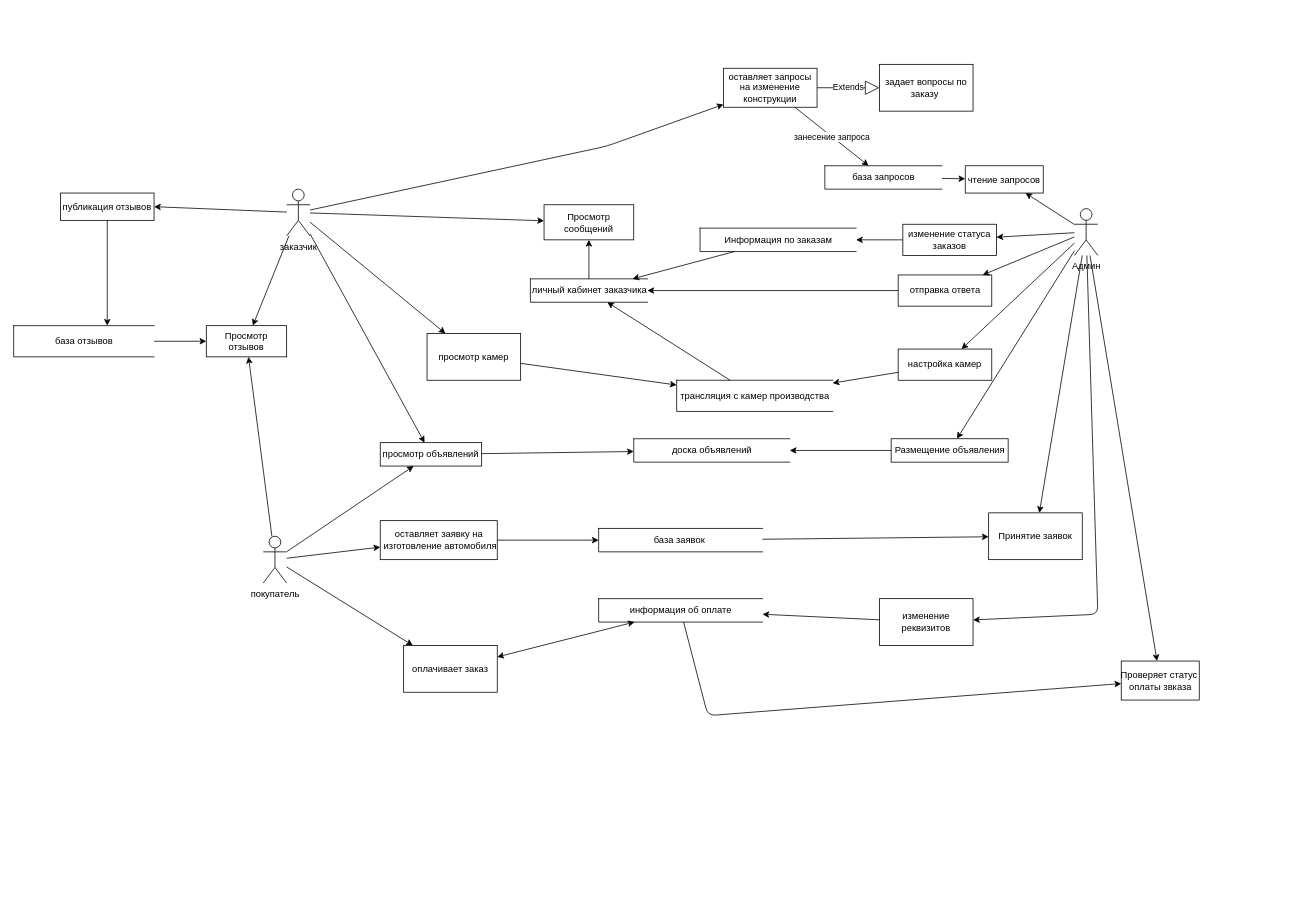
Before: DFD.drawio in PashkoW/Repository1, a draw.io diagram. Source tidied: cells renumbered, new cells numbered last; positions are measured from the earlier drawing's top-left corner, leaving out a move shared by most shapes. Both pictures are drawn from the tidied source at 78%, with x=0, y=0 at pixel (13, 64).
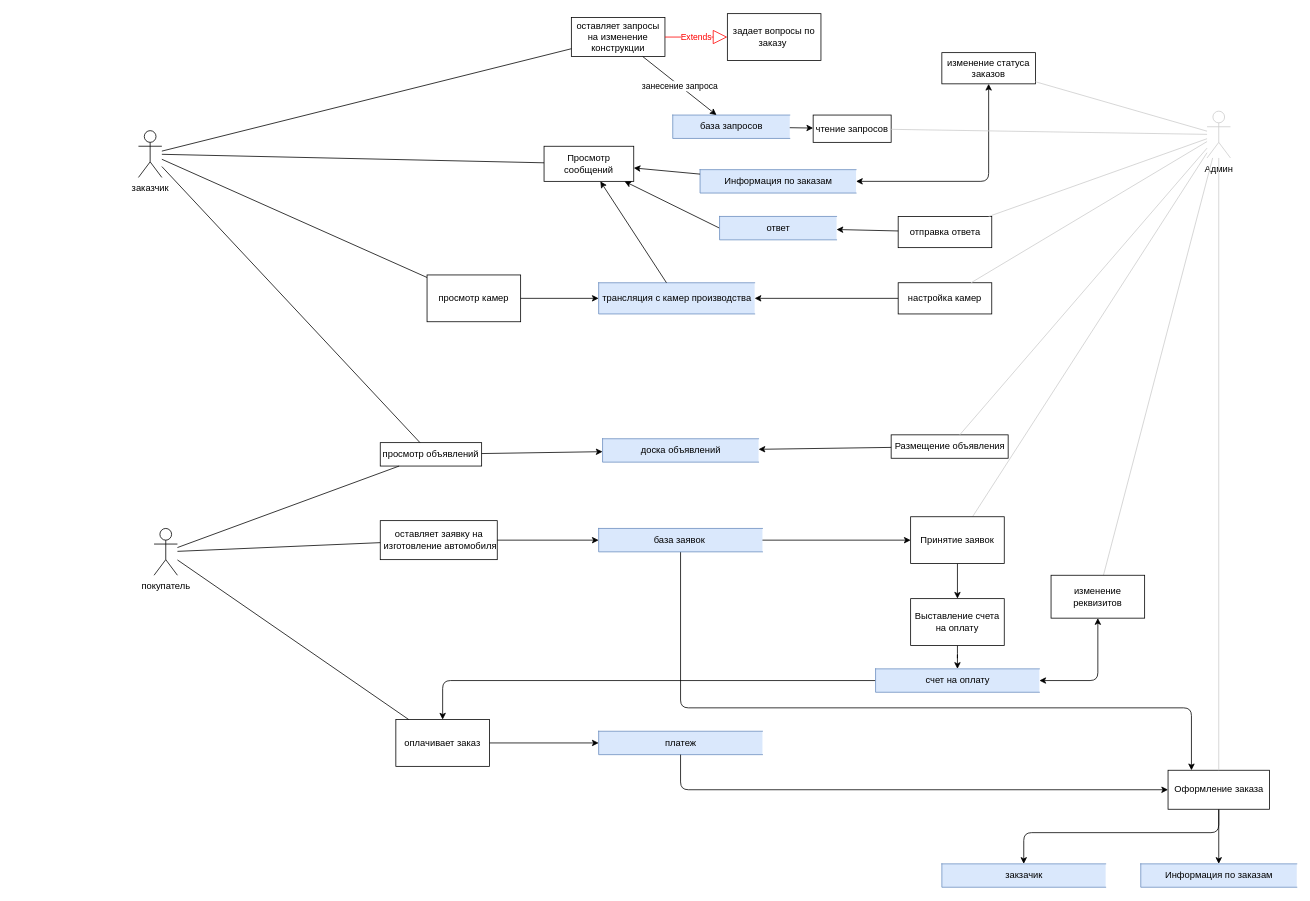
After the change.

Unchanged cells that the change refers to:
```xml
<mxCell id="35" value="просмотр объявлений" style="rounded=0;whiteSpace=wrap;html=1;" parent="1" vertex="1">
  <mxGeometry x="470" y="485" width="130" height="30" as="geometry" />
</mxCell>
<mxCell id="52" value="оставляет заявку на&lt;br&gt;&amp;nbsp;изготовление автомобиля" style="html=1;dashed=0;whitespace=wrap;" parent="1" vertex="1">
  <mxGeometry x="470" y="585" width="150" height="50" as="geometry" />
</mxCell>
```

Diff of the diagram source:
```diff
@@
+    <mxCell id="59" style="endArrow=none;html=1;endFill=0;strokeColor=#CCCCCC;" parent="1" edge="1" source="8" target="58">
+      <mxGeometry relative="1" as="geometry" />
+    </mxCell>
     <mxCell id="2" value="оставляет запросы на изменение конструкции" style="rounded=0;whiteSpace=wrap;html=1;" parent="1" vertex="1">
-      <mxGeometry x="910" y="5" width="120" height="50" as="geometry" />
+      <mxGeometry x="715" y="-60" width="120" height="50" as="geometry" />
     </mxCell>
-    <mxCell id="3" value="база запросов" style="html=1;dashed=0;whitespace=wrap;shape=partialRectangle;right=0;" parent="1" vertex="1">
-      <mxGeometry x="1040" y="130" width="150" height="30" as="geometry" />
+    <mxCell id="3" value="база запросов" style="html=1;dashed=0;whitespace=wrap;shape=partialRectangle;right=0;fillColor=#dae8fc;strokeColor=#6c8ebf;" parent="1" vertex="1">
+      <mxGeometry x="845" y="65" width="150" height="30" as="geometry" />
     </mxCell>
     <mxCell id="4" value="заказчик" style="shape=umlActor;verticalLabelPosition=bottom;verticalAlign=top;html=1;outlineConnect=0;" parent="1" vertex="1">
-      <mxGeometry x="350" y="160" width="30" height="60" as="geometry" />
+      <mxGeometry x="160" y="85" width="30" height="60" as="geometry" />
     </mxCell>
-    <mxCell id="5" style="endArrow=classic;html=1;" parent="1" edge="1" source="4" target="2">
-      <mxGeometry relative="1" as="geometry">
-        <Array as="points">
-          <mxPoint x="760" y="105" />
-        </Array>
-      </mxGeometry>
+    <mxCell id="5" style="endArrow=none;html=1;endFill=0;" parent="1" edge="1" source="4" target="2">
+      <mxGeometry relative="1" as="geometry" />
     </mxCell>
@@
-    <mxCell id="8" value="Админ" style="shape=umlActor;verticalLabelPosition=bottom;verticalAlign=top;html=1;outlineConnect=0;" parent="1" vertex="1">
-      <mxGeometry x="1360" y="185" width="30" height="60" as="geometry" />
+    <mxCell id="8" value="Админ" style="shape=umlActor;verticalLabelPosition=bottom;verticalAlign=top;html=1;outlineConnect=0;strokeColor=#CCCCCC;" parent="1" vertex="1">
+      <mxGeometry x="1530" y="60" width="30" height="60" as="geometry" />
     </mxCell>
+    <mxCell id="68" style="edgeStyle=orthogonalEdgeStyle;jettySize=auto;html=1;startArrow=classic;startFill=1;" parent="1" edge="1" source="9" target="26">
+      <mxGeometry relative="1" as="geometry" />
+    </mxCell>
-    <mxCell id="9" value="Информация по заказам" style="html=1;dashed=0;whitespace=wrap;shape=partialRectangle;right=0;" parent="1" vertex="1">
-      <mxGeometry x="880" y="210" width="200" height="30" as="geometry" />
+    <mxCell id="9" value="Информация по заказам" style="html=1;dashed=0;whitespace=wrap;shape=partialRectangle;right=0;fillColor=#dae8fc;strokeColor=#6c8ebf;" parent="1" vertex="1">
+      <mxGeometry x="880" y="135" width="200" height="30" as="geometry" />
     </mxCell>
     <mxCell id="10" value="чтение запросов" style="rounded=0;whiteSpace=wrap;html=1;" parent="1" vertex="1">
-      <mxGeometry x="1220" y="130" width="100" height="35" as="geometry" />
+      <mxGeometry x="1025" y="65" width="100" height="35" as="geometry" />
     </mxCell>
-    <mxCell id="11" value="личный кабинет заказчика" style="html=1;dashed=0;whitespace=wrap;shape=partialRectangle;right=0;" parent="1" vertex="1">
-      <mxGeometry x="662.5" y="275" width="150" height="30" as="geometry" />
-    </mxCell>
-    <mxCell id="12" style="endArrow=classic;html=1;" parent="1" edge="1" source="8" target="10">
+    <mxCell id="12" style="endArrow=none;html=1;endFill=0;strokeColor=#CCCCCC;" parent="1" edge="1" source="8" target="10">
       <mxGeometry relative="1" as="geometry" />
     </mxCell>
@@
     <mxCell id="14" value="отправка ответа" style="html=1;dashed=0;whitespace=wrap;" parent="1" vertex="1">
-      <mxGeometry x="1134" y="270" width="120" height="40" as="geometry" />
+      <mxGeometry x="1134" y="195" width="120" height="40" as="geometry" />
     </mxCell>
-    <mxCell id="15" style="endArrow=classic;html=1;" parent="1" edge="1" source="8" target="14">
+    <mxCell id="15" style="endArrow=none;html=1;endFill=0;strokeColor=#CCCCCC;" parent="1" edge="1" source="8" target="14">
       <mxGeometry relative="1" as="geometry" />
     </mxCell>
     <mxCell id="16" value="Размещение объявления" style="html=1;dashed=0;whitespace=wrap;" parent="1" vertex="1">
-      <mxGeometry x="1125" y="480" width="150" height="30" as="geometry" />
+      <mxGeometry x="1125" y="475" width="150" height="30" as="geometry" />
     </mxCell>
-    <mxCell id="17" style="endArrow=classic;html=1;" parent="1" edge="1" source="8" target="16">
+    <mxCell id="17" style="endArrow=none;html=1;endFill=0;strokeColor=#CCCCCC;" parent="1" edge="1" source="8" target="16">
       <mxGeometry relative="1" as="geometry" />
     </mxCell>
-    <mxCell id="18" value="доска объявлений" style="html=1;dashed=0;whitespace=wrap;shape=partialRectangle;right=0;" parent="1" vertex="1">
-      <mxGeometry x="795" y="480" width="200" height="30" as="geometry" />
+    <mxCell id="18" value="доска объявлений" style="html=1;dashed=0;whitespace=wrap;shape=partialRectangle;right=0;fillColor=#dae8fc;strokeColor=#6c8ebf;" parent="1" vertex="1">
+      <mxGeometry x="755" y="480" width="200" height="30" as="geometry" />
     </mxCell>
     <mxCell id="19" value="покупатель" style="shape=umlActor;verticalLabelPosition=bottom;verticalAlign=top;html=1;outlineConnect=0;" parent="1" vertex="1">
-      <mxGeometry x="320" y="605" width="30" height="60" as="geometry" />
+      <mxGeometry x="180" y="595" width="30" height="60" as="geometry" />
     </mxCell>
-    <mxCell id="20" value="Extends" style="endArrow=block;endSize=16;endFill=0;html=1;" parent="1" edge="1" source="2" target="21">
+    <mxCell id="20" value="Extends" style="endArrow=block;endSize=16;endFill=0;html=1;strokeColor=#FF0000;fontColor=#FF0000;" parent="1" edge="1" source="2" target="21">
       <mxGeometry relative="1" as="geometry" />
     </mxCell>
     <mxCell id="21" value="задает вопросы по&lt;br&gt;заказу&amp;nbsp;" style="rounded=0;whiteSpace=wrap;html=1;" parent="1" vertex="1">
-      <mxGeometry x="1110" width="120" height="60" as="geometry" />
+      <mxGeometry x="915" y="-65" width="120" height="60" as="geometry" />
     </mxCell>
     <mxCell id="22" value="Просмотр сообщений" style="rounded=0;whiteSpace=wrap;html=1;" parent="1" vertex="1">
-      <mxGeometry x="680" y="180" width="115" height="45" as="geometry" />
+      <mxGeometry x="680" y="105" width="115" height="45" as="geometry" />
     </mxCell>
-    <mxCell id="23" style="endArrow=classic;html=1;" parent="1" edge="1" source="4" target="22">
+    <mxCell id="23" style="endArrow=none;html=1;endFill=0;" parent="1" edge="1" source="4" target="22">
       <mxGeometry relative="1" as="geometry" />
     </mxCell>
-    <mxCell id="24" style="endArrow=classic;html=1;" parent="1" edge="1" source="11" target="22">
-      <mxGeometry relative="1" as="geometry" />
-    </mxCell>
@@
     <mxCell id="26" value="изменение статуса заказов" style="rounded=0;whiteSpace=wrap;html=1;" parent="1" vertex="1">
-      <mxGeometry x="1140" y="205" width="120" height="40" as="geometry" />
+      <mxGeometry x="1190" y="-15" width="120" height="40" as="geometry" />
     </mxCell>
-    <mxCell id="27" style="endArrow=classic;html=1;" parent="1" edge="1" source="8" target="26">
+    <mxCell id="27" style="endArrow=none;html=1;endFill=0;strokeColor=#CCCCCC;" parent="1" edge="1" source="8" target="26">
       <mxGeometry relative="1" as="geometry" />
     </mxCell>
-    <mxCell id="28" style="endArrow=classic;html=1;" parent="1" edge="1" source="26" target="9">
-      <mxGeometry relative="1" as="geometry" />
-    </mxCell>
-    <mxCell id="29" style="endArrow=classic;html=1;" parent="1" edge="1" source="14" target="11">
+    <mxCell id="29" style="endArrow=classic;html=1;" parent="1" edge="1" source="14" target="81">
       <mxGeometry relative="1" as="geometry" />
     </mxCell>
-    <mxCell id="30" style="endArrow=classic;html=1;" parent="1" edge="1" source="9" target="11">
+    <mxCell id="30" style="endArrow=classic;html=1;" parent="1" edge="1" source="9" target="22">
       <mxGeometry relative="1" as="geometry" />
     </mxCell>
-    <mxCell id="31" value="трансляция с камер производства" style="html=1;dashed=0;whitespace=wrap;shape=partialRectangle;right=0;" parent="1" vertex="1">
-      <mxGeometry x="850" y="405" width="200" height="40" as="geometry" />
+    <mxCell id="31" value="трансляция с камер производства" style="html=1;dashed=0;whitespace=wrap;shape=partialRectangle;right=0;fillColor=#dae8fc;strokeColor=#6c8ebf;" parent="1" vertex="1">
+      <mxGeometry x="750" y="280" width="200" height="40" as="geometry" />
     </mxCell>
     <mxCell id="32" value="настройка камер" style="rounded=0;whiteSpace=wrap;html=1;" parent="1" vertex="1">
-      <mxGeometry x="1134" y="365" width="120" height="40" as="geometry" />
+      <mxGeometry x="1134" y="280" width="120" height="40" as="geometry" />
     </mxCell>
-    <mxCell id="33" style="endArrow=classic;html=1;" parent="1" edge="1" source="8" target="32">
+    <mxCell id="33" style="endArrow=none;html=1;endFill=0;strokeColor=#CCCCCC;" parent="1" edge="1" source="8" target="32">
       <mxGeometry relative="1" as="geometry" />
     </mxCell>
@@
-    <mxCell id="36" style="endArrow=classic;html=1;" parent="1" edge="1" source="19" target="35">
+    <mxCell id="36" style="endArrow=none;html=1;endFill=0;" parent="1" edge="1" source="19" target="35">
       <mxGeometry relative="1" as="geometry" />
     </mxCell>
-    <mxCell id="37" style="endArrow=classic;html=1;" parent="1" edge="1" source="4" target="35">
+    <mxCell id="37" style="endArrow=none;html=1;endFill=0;" parent="1" edge="1" source="4" target="35">
       <mxGeometry relative="1" as="geometry" />
     </mxCell>
@@
-    <mxCell id="39" value="база отзывов" style="html=1;dashed=0;whitespace=wrap;shape=partialRectangle;right=0;" parent="1" vertex="1">
-      <mxGeometry y="335" width="180" height="40" as="geometry" />
-    </mxCell>
-    <mxCell id="40" value="Просмотр отзывов" style="rounded=0;whiteSpace=wrap;html=1;" parent="1" vertex="1">
-      <mxGeometry x="247" y="335" width="103" height="40" as="geometry" />
-    </mxCell>
-    <mxCell id="41" style="endArrow=classic;html=1;" parent="1" edge="1" source="39" target="40">
-      <mxGeometry relative="1" as="geometry" />
-    </mxCell>
-    <mxCell id="42" style="endArrow=classic;html=1;" parent="1" edge="1" source="19" target="40">
-      <mxGeometry relative="1" as="geometry" />
-    </mxCell>
-    <mxCell id="43" style="endArrow=classic;html=1;" parent="1" edge="1" source="4" target="40">
-      <mxGeometry relative="1" as="geometry" />
-    </mxCell>
-    <mxCell id="44" value="публикация отзывов" style="rounded=0;whiteSpace=wrap;html=1;" parent="1" vertex="1">
-      <mxGeometry x="60" y="165" width="120" height="35" as="geometry" />
-    </mxCell>
-    <mxCell id="45" style="endArrow=classic;html=1;entryX=1;entryY=0.5;entryDx=0;entryDy=0;" parent="1" edge="1" source="4" target="44">
-      <mxGeometry relative="1" as="geometry" />
-    </mxCell>
-    <mxCell id="46" style="endArrow=classic;html=1;" parent="1" edge="1" source="44">
-      <mxGeometry relative="1" as="geometry">
-        <mxPoint x="120" y="335" as="targetPoint" />
-      </mxGeometry>
-    </mxCell>
-    <mxCell id="47" style="endArrow=classic;html=1;" parent="1" edge="1" source="31" target="11">
+    <mxCell id="47" style="endArrow=classic;html=1;" parent="1" edge="1" source="31" target="22">
       <mxGeometry relative="1" as="geometry" />
     </mxCell>
     <mxCell id="48" value="просмотр камер" style="rounded=0;whiteSpace=wrap;html=1;" parent="1" vertex="1">
-      <mxGeometry x="530" y="345" width="120" height="60" as="geometry" />
+      <mxGeometry x="530" y="270" width="120" height="60" as="geometry" />
     </mxCell>
-    <mxCell id="49" style="endArrow=classic;html=1;" parent="1" edge="1" source="4" target="48">
+    <mxCell id="49" style="endArrow=none;html=1;endFill=0;" parent="1" edge="1" source="4" target="48">
       <mxGeometry relative="1" as="geometry" />
     </mxCell>
@@
+    <mxCell id="69" style="edgeStyle=orthogonalEdgeStyle;jettySize=auto;html=1;startArrow=none;startFill=0;" parent="1" edge="1" source="51" target="53">
+      <mxGeometry relative="1" as="geometry">
+        <Array as="points">
+          <mxPoint x="855" y="825" />
+          <mxPoint x="1510" y="825" />
+        </Array>
+      </mxGeometry>
+    </mxCell>
-    <mxCell id="51" value="база заявок&amp;nbsp;" style="html=1;dashed=0;whitespace=wrap;shape=partialRectangle;right=0;" parent="1" vertex="1">
+    <mxCell id="51" value="база заявок&amp;nbsp;" style="html=1;dashed=0;whitespace=wrap;shape=partialRectangle;right=0;fillColor=#dae8fc;strokeColor=#6c8ebf;" parent="1" vertex="1">
       <mxGeometry x="750" y="595" width="210" height="30" as="geometry" />
     </mxCell>
@@
+    <mxCell id="70" style="edgeStyle=orthogonalEdgeStyle;jettySize=auto;html=1;startFill=0;startArrow=none;" parent="1" edge="1" source="53" target="78">
+      <mxGeometry relative="1" as="geometry" />
+    </mxCell>
+    <mxCell id="71" style="edgeStyle=orthogonalEdgeStyle;jettySize=auto;html=1;startArrow=none;startFill=0;" parent="1" edge="1" source="53" target="79">
+      <mxGeometry relative="1" as="geometry">
+        <Array as="points">
+          <mxPoint x="1545" y="985" />
+          <mxPoint x="1295" y="985" />
+        </Array>
+      </mxGeometry>
+    </mxCell>
-    <mxCell id="53" value="Проверяет статус&amp;nbsp;&lt;br&gt;оплаты звказа" style="html=1;dashed=0;whitespace=wrap;" parent="1" vertex="1">
-      <mxGeometry x="1420" y="765" width="100" height="50" as="geometry" />
+    <mxCell id="53" value="Оформление заказа" style="html=1;dashed=0;whitespace=wrap;" parent="1" vertex="1">
+      <mxGeometry x="1480" y="905" width="130" height="50" as="geometry" />
     </mxCell>
-    <mxCell id="54" style="endArrow=classic;html=1;" parent="1" edge="1" source="8" target="53">
+    <mxCell id="54" style="endArrow=none;html=1;endFill=0;strokeColor=#CCCCCC;" parent="1" edge="1" source="8" target="53">
       <mxGeometry relative="1" as="geometry" />
     </mxCell>
-    <mxCell id="55" style="endArrow=classic;html=1;" parent="1" edge="1" source="19" target="52">
+    <mxCell id="55" style="endArrow=none;html=1;endFill=0;" parent="1" edge="1" source="19" target="52">
       <mxGeometry relative="1" as="geometry" />
     </mxCell>
@@
-    <mxCell id="57" value="информация об оплате" style="html=1;dashed=0;whitespace=wrap;shape=partialRectangle;right=0;" parent="1" vertex="1">
-      <mxGeometry x="750" y="685" width="210" height="30" as="geometry" />
+    <mxCell id="57" value="платеж" style="html=1;dashed=0;whitespace=wrap;shape=partialRectangle;right=0;fillColor=#dae8fc;strokeColor=#6c8ebf;" parent="1" vertex="1">
+      <mxGeometry x="750" y="855" width="210" height="30" as="geometry" />
     </mxCell>
+    <mxCell id="72" style="edgeStyle=orthogonalEdgeStyle;jettySize=auto;html=1;" parent="1" edge="1" source="58" target="74">
+      <mxGeometry relative="1" as="geometry" />
+    </mxCell>
     <mxCell id="58" value="Принятие заявок" style="rounded=0;whiteSpace=wrap;html=1;" parent="1" vertex="1">
-      <mxGeometry x="1250" y="575" width="120" height="60" as="geometry" />
+      <mxGeometry x="1150" y="580" width="120" height="60" as="geometry" />
     </mxCell>
-    <mxCell id="59" style="endArrow=classic;html=1;" parent="1" edge="1" source="8" target="58">
-      <mxGeometry relative="1" as="geometry" />
-    </mxCell>
-    <mxCell id="60" style="endArrow=classic;html=1;" parent="1" edge="1" source="51" target="58">
+    <mxCell id="60" style="endArrow=classic;html=1;edgeStyle=orthogonalEdgeStyle;" parent="1" edge="1" source="51" target="58">
       <mxGeometry relative="1" as="geometry" />
     </mxCell>
-    <mxCell id="61" style="endArrow=classic;html=1;" parent="1" edge="1" source="8" target="62">
-      <mxGeometry relative="1" as="geometry">
-        <Array as="points">
-          <mxPoint x="1390" y="705" />
-        </Array>
-      </mxGeometry>
+    <mxCell id="61" style="endArrow=none;html=1;endFill=0;strokeColor=#CCCCCC;" parent="1" edge="1" source="8" target="62">
+      <mxGeometry relative="1" as="geometry" />
     </mxCell>
     <mxCell id="62" value="изменение реквизитов" style="rounded=0;whiteSpace=wrap;html=1;" parent="1" vertex="1">
-      <mxGeometry x="1110" y="685" width="120" height="60" as="geometry" />
+      <mxGeometry x="1330" y="655" width="120" height="55" as="geometry" />
     </mxCell>
-    <mxCell id="63" style="endArrow=classic;html=1;" parent="1" edge="1" source="62" target="57">
-      <mxGeometry relative="1" as="geometry" />
-    </mxCell>
+    <mxCell id="66" style="edgeStyle=orthogonalEdgeStyle;jettySize=auto;html=1;startArrow=none;startFill=0;" parent="1" edge="1" source="64" target="57">
+      <mxGeometry relative="1" as="geometry" />
+    </mxCell>
     <mxCell id="64" value="оплачивает заказ" style="rounded=0;whiteSpace=wrap;html=1;" parent="1" vertex="1">
-      <mxGeometry x="500" y="745" width="120" height="60" as="geometry" />
+      <mxGeometry x="490" y="840" width="120" height="60" as="geometry" />
     </mxCell>
-    <mxCell id="65" style="endArrow=classic;html=1;" parent="1" edge="1" source="19" target="64">
+    <mxCell id="65" style="endArrow=none;html=1;endFill=0;" parent="1" edge="1" source="19" target="64">
       <mxGeometry relative="1" as="geometry" />
     </mxCell>
-    <mxCell id="66" style="endArrow=classic;startArrow=classic;html=1;" parent="1" edge="1" source="64" target="57">
-      <mxGeometry relative="1" as="geometry" />
-    </mxCell>
-    <mxCell id="67" style="endArrow=classic;html=1;" parent="1" edge="1" source="57" target="53">
+    <mxCell id="67" style="endArrow=classic;html=1;edgeStyle=orthogonalEdgeStyle;" parent="1" edge="1" source="57" target="53">
       <mxGeometry relative="1" as="geometry">
         <Array as="points">
-          <mxPoint x="890" y="835" />
+          <mxPoint x="855" y="930" />
         </Array>
       </mxGeometry>
     </mxCell>
+    <mxCell id="73" style="edgeStyle=orthogonalEdgeStyle;jettySize=auto;html=1;" parent="1" edge="1" source="74" target="77">
+      <mxGeometry relative="1" as="geometry" />
+    </mxCell>
+    <mxCell id="74" value="Выставление счета на оплату" style="rounded=0;whiteSpace=wrap;html=1;" parent="1" vertex="1">
+      <mxGeometry x="1150" y="685" width="120" height="60" as="geometry" />
+    </mxCell>
+    <mxCell id="75" style="edgeStyle=orthogonalEdgeStyle;jettySize=auto;html=1;startArrow=classic;startFill=1;" parent="1" edge="1" source="77" target="62">
+      <mxGeometry relative="1" as="geometry" />
+    </mxCell>
+    <mxCell id="76" style="edgeStyle=orthogonalEdgeStyle;jettySize=auto;html=1;startArrow=none;startFill=0;" parent="1" edge="1" source="77" target="64">
+      <mxGeometry relative="1" as="geometry" />
+    </mxCell>
+    <mxCell id="77" value="счет на оплату" style="html=1;dashed=0;whitespace=wrap;shape=partialRectangle;right=0;fillColor=#dae8fc;strokeColor=#6c8ebf;" parent="1" vertex="1">
+      <mxGeometry x="1105" y="775" width="210" height="30" as="geometry" />
+    </mxCell>
+    <mxCell id="78" value="Информация по заказам" style="html=1;dashed=0;whitespace=wrap;shape=partialRectangle;right=0;fillColor=#dae8fc;strokeColor=#6c8ebf;" parent="1" vertex="1">
+      <mxGeometry x="1445" y="1025" width="200" height="30" as="geometry" />
+    </mxCell>
+    <mxCell id="79" value="закзачик" style="html=1;dashed=0;whitespace=wrap;shape=partialRectangle;right=0;fillColor=#dae8fc;strokeColor=#6c8ebf;" parent="1" vertex="1">
+      <mxGeometry x="1190" y="1025" width="210" height="30" as="geometry" />
+    </mxCell>
+    <mxCell id="80" style="jettySize=auto;html=1;startArrow=none;startFill=0;endArrow=classic;endFill=1;exitX=0;exitY=0.5;exitDx=0;exitDy=0;" parent="1" edge="1" source="81" target="22">
+      <mxGeometry relative="1" as="geometry" />
+    </mxCell>
+    <mxCell id="81" value="ответ" style="html=1;dashed=0;whitespace=wrap;shape=partialRectangle;right=0;fillColor=#dae8fc;strokeColor=#6c8ebf;" parent="1" vertex="1">
+      <mxGeometry x="905" y="195" width="150" height="30" as="geometry" />
+    </mxCell>
```
